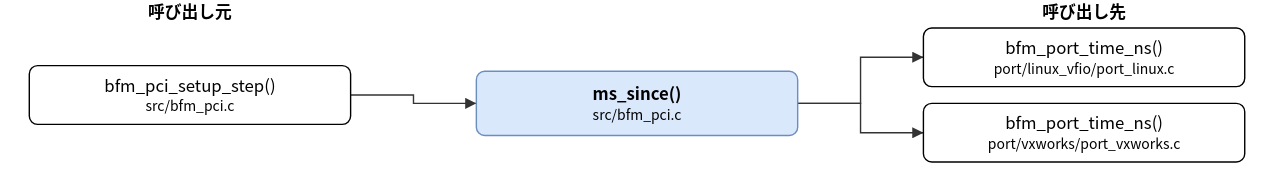
This is doc/spec/images/call_src_bfm_pci-ms_since.drawio.svg from hf355051012-ai/bfmem, a draw.io export, as it was before one commit. Source tidied: cells renumbered, new cells last; positions are measured from the earlier drawing's top-left corner, leaving out a move shared by most shapes. The source it was exported from:
```xml
<mxGraphModel>
  <root>
    <mxCell id="0" />
    <mxCell id="1" parent="0" />
    <mxCell id="2" value="ms_since()&lt;br&gt;&lt;font style=&quot;font-size:10px&quot;&gt;src/bfm_pci.c&lt;/font&gt;" style="rounded=1;whiteSpace=wrap;html=1;fillColor=#dae8fc;strokeColor=#6c8ebf;fontStyle=1;" parent="1" vertex="1">
      <mxGeometry x="320" y="51" width="230" height="46" as="geometry" />
    </mxCell>
    <mxCell id="3" value="bfm_pci_setup_step()&lt;br&gt;&lt;font style=&quot;font-size:10px&quot;&gt;src/bfm_pci.c&lt;/font&gt;" style="rounded=1;whiteSpace=wrap;html=1;" parent="1" vertex="1">
      <mxGeometry y="47" width="230" height="42" as="geometry" />
    </mxCell>
    <mxCell id="4" value="bfm_port_time_ns()&lt;br&gt;&lt;font style=&quot;font-size:10px&quot;&gt;port/linux_vfio/port_linux.c&lt;/font&gt;" style="rounded=1;whiteSpace=wrap;html=1;" parent="1" vertex="1">
      <mxGeometry x="640" y="20" width="230" height="42" as="geometry" />
    </mxCell>
    <mxCell id="5" value="bfm_port_time_ns()&lt;br&gt;&lt;font style=&quot;font-size:10px&quot;&gt;port/vxworks/port_vxworks.c&lt;/font&gt;" style="rounded=1;whiteSpace=wrap;html=1;" parent="1" vertex="1">
      <mxGeometry x="640" y="74" width="230" height="42" as="geometry" />
    </mxCell>
    <mxCell id="6" style="edgeStyle=none;html=1;rounded=0;endArrow=block;endFill=1;exitX=1.0000;exitY=0.5000;exitDx=0;exitDy=0;exitPerimeter=0;entryX=0.0000;entryY=0.5000;entryDx=0;entryDy=0;entryPerimeter=0;" parent="1" edge="1" source="3" target="2">
      <mxGeometry relative="1" as="geometry">
        <Array as="points">
          <mxPoint x="275" y="68" />
          <mxPoint x="275" y="74" />
        </Array>
      </mxGeometry>
    </mxCell>
    <mxCell id="7" style="edgeStyle=none;html=1;rounded=0;endArrow=block;endFill=1;exitX=1.0000;exitY=0.5000;exitDx=0;exitDy=0;exitPerimeter=0;entryX=0.0000;entryY=0.5000;entryDx=0;entryDy=0;entryPerimeter=0;" parent="1" edge="1" source="2" target="4">
      <mxGeometry relative="1" as="geometry">
        <Array as="points">
          <mxPoint x="595" y="74" />
          <mxPoint x="595" y="41" />
        </Array>
      </mxGeometry>
    </mxCell>
    <mxCell id="8" style="edgeStyle=none;html=1;rounded=0;endArrow=block;endFill=1;exitX=1.0000;exitY=0.5000;exitDx=0;exitDy=0;exitPerimeter=0;entryX=0.0000;entryY=0.5000;entryDx=0;entryDy=0;entryPerimeter=0;" parent="1" edge="1" source="2" target="5">
      <mxGeometry relative="1" as="geometry">
        <Array as="points">
          <mxPoint x="595" y="74" />
          <mxPoint x="595" y="95" />
        </Array>
      </mxGeometry>
    </mxCell>
    <mxCell id="9" value="呼び出し元" style="text;html=1;align=center;fontStyle=1;" parent="1" vertex="1">
      <mxGeometry x="35" width="160" height="18" as="geometry" />
    </mxCell>
    <mxCell id="10" value="呼び出し先" style="text;html=1;align=center;fontStyle=1;" parent="1" vertex="1">
      <mxGeometry x="675" width="160" height="18" as="geometry" />
    </mxCell>
  </root>
</mxGraphModel>
```
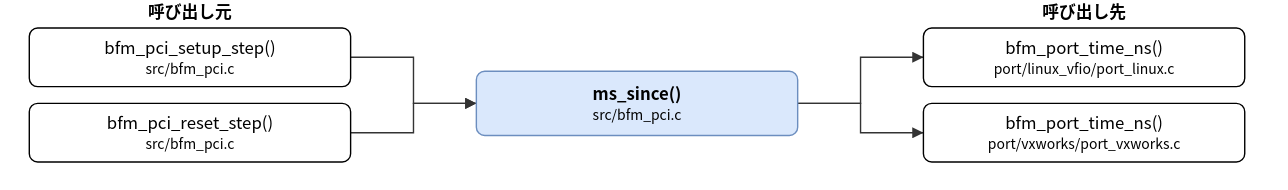
Above is the later version.

The edit, as a diff of the source:
```diff
@@ -6,8 +6,11 @@
       <mxGeometry x="320" y="51" width="230" height="46" as="geometry" />
     </mxCell>
     <mxCell id="3" value="bfm_pci_setup_step()&lt;br&gt;&lt;font style=&quot;font-size:10px&quot;&gt;src/bfm_pci.c&lt;/font&gt;" style="rounded=1;whiteSpace=wrap;html=1;" parent="1" vertex="1">
-      <mxGeometry y="47" width="230" height="42" as="geometry" />
+      <mxGeometry y="20" width="230" height="42" as="geometry" />
     </mxCell>
+    <mxCell id="11" value="bfm_pci_reset_step()&lt;br&gt;&lt;font style=&quot;font-size:10px&quot;&gt;src/bfm_pci.c&lt;/font&gt;" style="rounded=1;whiteSpace=wrap;html=1;" parent="1" vertex="1">
+      <mxGeometry y="74" width="230" height="42" as="geometry" />
+    </mxCell>
     <mxCell id="4" value="bfm_port_time_ns()&lt;br&gt;&lt;font style=&quot;font-size:10px&quot;&gt;port/linux_vfio/port_linux.c&lt;/font&gt;" style="rounded=1;whiteSpace=wrap;html=1;" parent="1" vertex="1">
       <mxGeometry x="640" y="20" width="230" height="42" as="geometry" />
     </mxCell>
@@ -17,27 +20,35 @@
     <mxCell id="6" style="edgeStyle=none;html=1;rounded=0;endArrow=block;endFill=1;exitX=1.0000;exitY=0.5000;exitDx=0;exitDy=0;exitPerimeter=0;entryX=0.0000;entryY=0.5000;entryDx=0;entryDy=0;entryPerimeter=0;" parent="1" edge="1" source="3" target="2">
       <mxGeometry relative="1" as="geometry">
         <Array as="points">
-          <mxPoint x="275" y="68" />
+          <mxPoint x="275" y="41" />
           <mxPoint x="275" y="74" />
         </Array>
       </mxGeometry>
     </mxCell>
-    <mxCell id="7" style="edgeStyle=none;html=1;rounded=0;endArrow=block;endFill=1;exitX=1.0000;exitY=0.5000;exitDx=0;exitDy=0;exitPerimeter=0;entryX=0.0000;entryY=0.5000;entryDx=0;entryDy=0;entryPerimeter=0;" parent="1" edge="1" source="2" target="4">
+    <mxCell id="7" style="edgeStyle=none;html=1;rounded=0;endArrow=block;endFill=1;exitX=1.0000;exitY=0.5000;exitDx=0;exitDy=0;exitPerimeter=0;entryX=0.0000;entryY=0.5000;entryDx=0;entryDy=0;entryPerimeter=0;" parent="1" edge="1" source="11" target="2">
       <mxGeometry relative="1" as="geometry">
         <Array as="points">
-          <mxPoint x="595" y="74" />
-          <mxPoint x="595" y="41" />
+          <mxPoint x="275" y="95" />
+          <mxPoint x="275" y="74" />
         </Array>
       </mxGeometry>
     </mxCell>
-    <mxCell id="8" style="edgeStyle=none;html=1;rounded=0;endArrow=block;endFill=1;exitX=1.0000;exitY=0.5000;exitDx=0;exitDy=0;exitPerimeter=0;entryX=0.0000;entryY=0.5000;entryDx=0;entryDy=0;entryPerimeter=0;" parent="1" edge="1" source="2" target="5">
+    <mxCell id="8" style="edgeStyle=none;html=1;rounded=0;endArrow=block;endFill=1;exitX=1.0000;exitY=0.5000;exitDx=0;exitDy=0;exitPerimeter=0;entryX=0.0000;entryY=0.5000;entryDx=0;entryDy=0;entryPerimeter=0;" parent="1" edge="1" source="2" target="4">
       <mxGeometry relative="1" as="geometry">
         <Array as="points">
           <mxPoint x="595" y="74" />
-          <mxPoint x="595" y="95" />
+          <mxPoint x="595" y="41" />
         </Array>
       </mxGeometry>
     </mxCell>
+    <mxCell id="12" style="edgeStyle=none;html=1;rounded=0;endArrow=block;endFill=1;exitX=1.0000;exitY=0.5000;exitDx=0;exitDy=0;exitPerimeter=0;entryX=0.0000;entryY=0.5000;entryDx=0;entryDy=0;entryPerimeter=0;" parent="1" edge="1" source="2" target="5">
+      <mxGeometry relative="1" as="geometry">
+        <Array as="points">
+          <mxPoint x="595" y="74" />
+          <mxPoint x="595" y="95" />
+        </Array>
+      </mxGeometry>
+    </mxCell>
     <mxCell id="9" value="呼び出し元" style="text;html=1;align=center;fontStyle=1;" parent="1" vertex="1">
       <mxGeometry x="35" width="160" height="18" as="geometry" />
     </mxCell>
```
